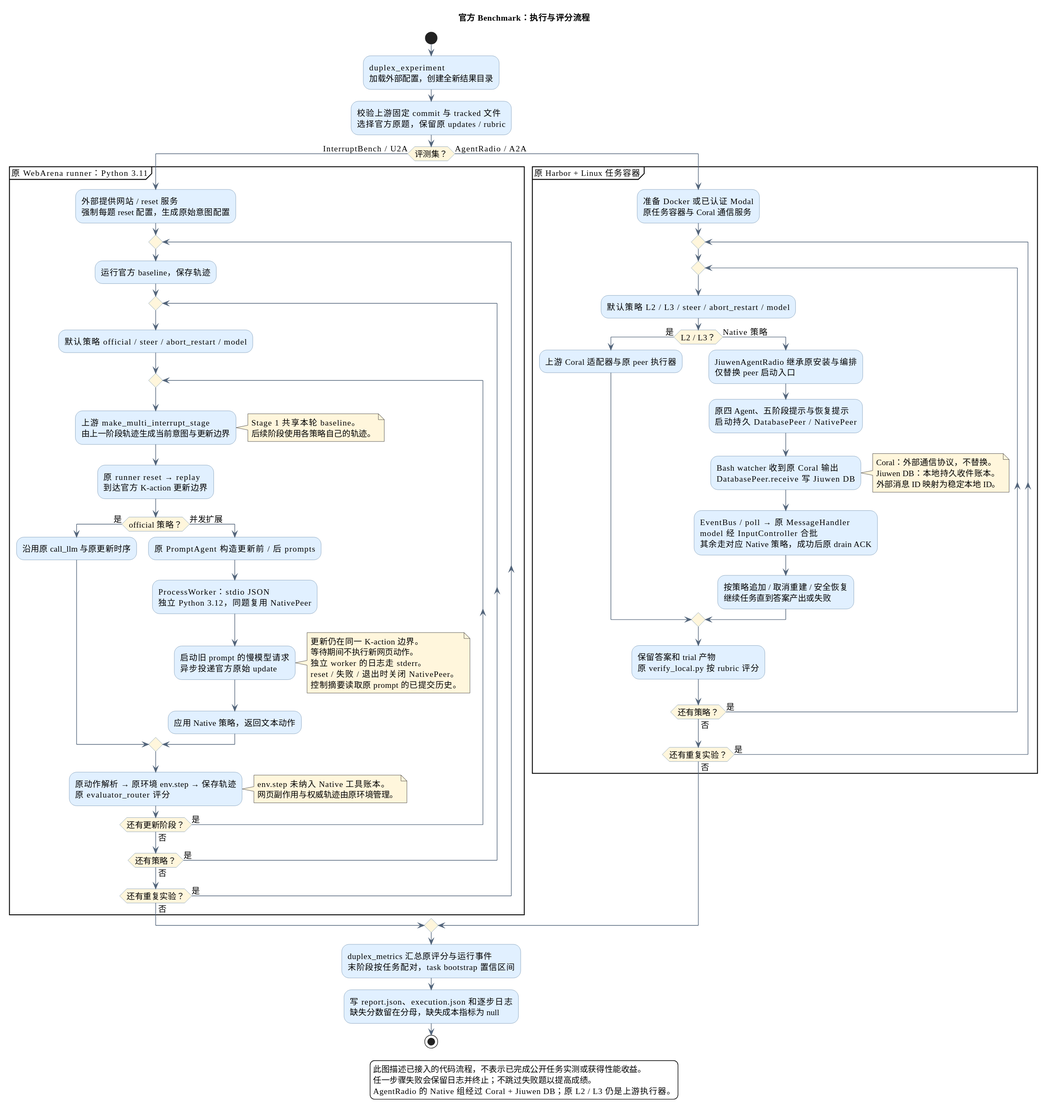
Before: docs/diagrams/duplex-benchmark-flow.svg, a diagram exported from PlantUML (zuiho-kai/jiuwenswarm).
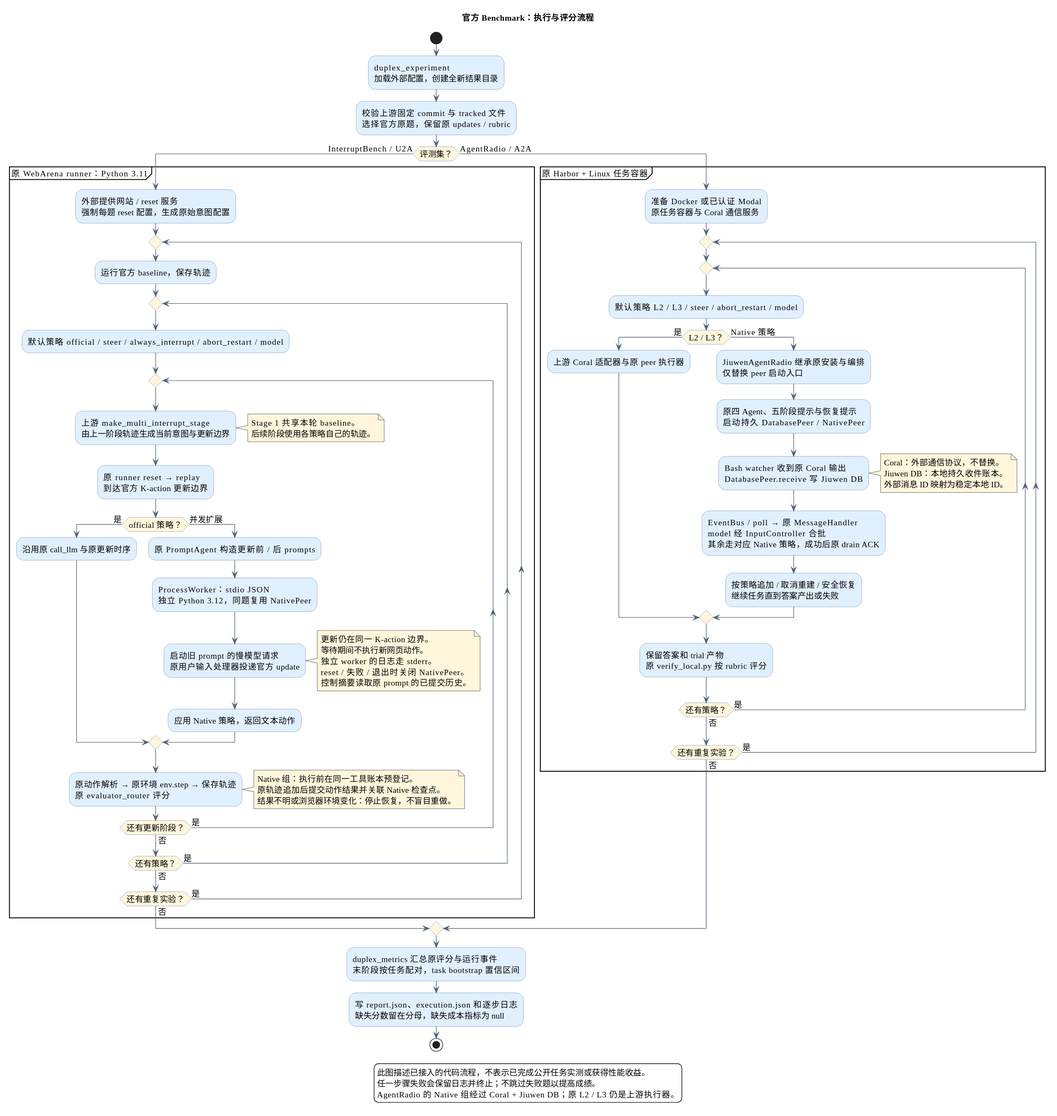
The same file after the commit.

Change to the diagram source:
```diff
@@ -19,7 +19,7 @@
     repeat
       :运行官方 baseline，保存轨迹;
       repeat
-        :默认策略 official / steer / abort_restart / model;
+        :默认策略 official / steer / always_interrupt / abort_restart / model;
         repeat
           :上游 make_multi_interrupt_stage\n由上一阶段轨迹生成当前意图与更新边界;
           note right
@@ -32,7 +32,7 @@
           else (并发扩展)
             :原 PromptAgent 构造更新前 / 后 prompts;
             :ProcessWorker：stdio JSON\n独立 Python 3.12，同题复用 NativePeer;
-            :启动旧 prompt 的慢模型请求\n异步投递官方原始 update;
+            :启动旧 prompt 的慢模型请求\n原用户输入处理器投递官方 update;
             note right
               更新仍在同一 K-action 边界。
               等待期间不执行新网页动作。
@@ -44,8 +44,9 @@
           endif
           :原动作解析 → 原环境 env.step → 保存轨迹\n原 evaluator_router 评分;
           note right
-            env.step 未纳入 Native 工具账本。
-            网页副作用与权威轨迹由原环境管理。
+            Native 组：执行前在同一工具账本预登记。
+            原轨迹追加后提交动作结果并关联 Native 检查点。
+            结果不明或浏览器环境变化：停止恢复，不盲目重做。
           end note
         repeat while (还有更新阶段？) is (是) not (否)
       repeat while (还有策略？) is (是) not (否)
```
